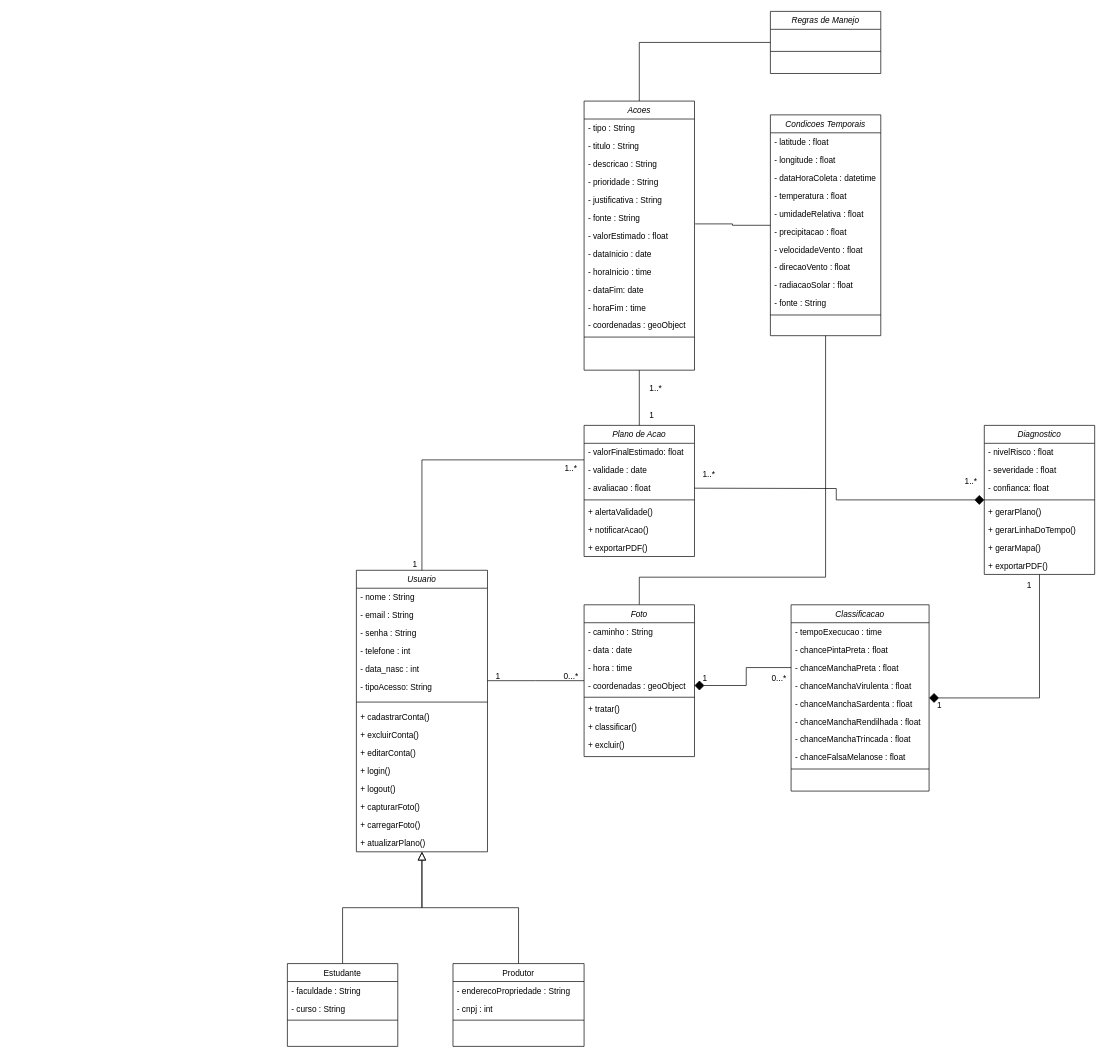
Before: uml/classes_blackspot.drawio in guilhermexmada/pi-ponskan, a draw.io diagram. Source tidied: cells renumbered, new cells numbered last; positions are measured from the earlier drawing's top-left corner, leaving out a move shared by most shapes. Both pictures are drawn from the tidied source at 69%, with x=0, y=0 at pixel (287, 11).
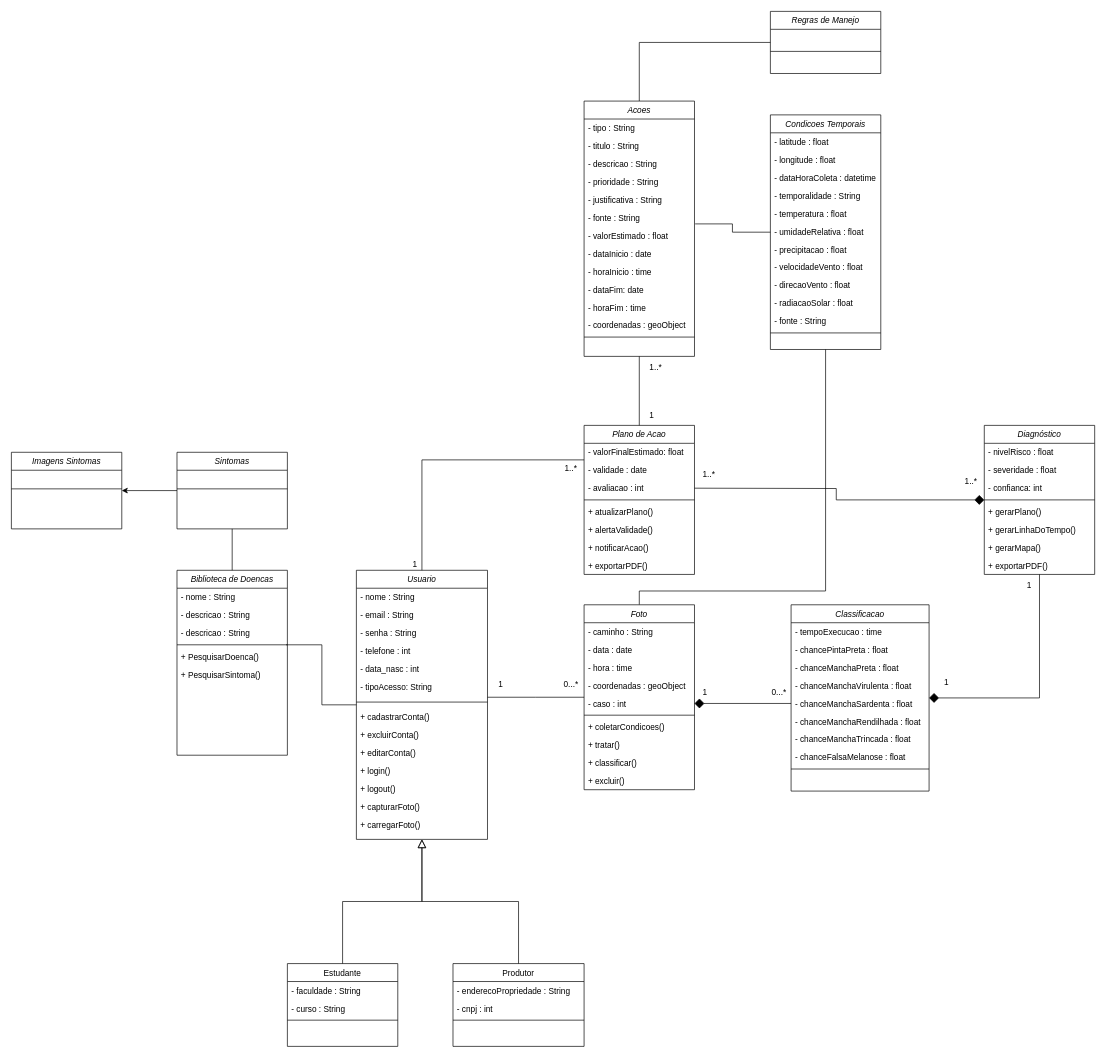
After the change.

The change refers to these unchanged cells:
```xml
<mxCell id="38" style="endArrow=none;shadow=0;strokeWidth=1;rounded=0;curved=0;endFill=0;edgeStyle=elbowEdgeStyle;elbow=vertical;" parent="1" edge="1" source="2" target="29">
  <mxGeometry x="0.5" y="41" relative="1" as="geometry">
    <mxPoint x="-40" y="32" as="offset" />
  </mxGeometry>
</mxCell>
<mxCell id="45" value="- chanceManchaPreta : float" style="text;align=left;verticalAlign=top;spacingLeft=4;spacingRight=4;overflow=hidden;points=[[0,0.5],[1,0.5]];portConstraint=eastwest;rounded=0;shadow=0;html=0;" parent="42" vertex="1">
  <mxGeometry y="78" width="200" height="26" as="geometry" />
</mxCell>
<mxCell id="47" value="- chanceManchaSardenta : float" style="text;align=left;verticalAlign=top;spacingLeft=4;spacingRight=4;overflow=hidden;points=[[0,0.5],[1,0.5]];portConstraint=eastwest;rounded=0;shadow=0;html=0;" parent="42" vertex="1">
  <mxGeometry y="130" width="200" height="26" as="geometry" />
</mxCell>
```

What changed in the source:
```diff
@@
     <mxCell id="2" value="Usuario" style="swimlane;fontStyle=2;align=center;verticalAlign=top;horizontal=1;startSize=26;rounded=0;shadow=0;strokeWidth=1;" parent="1" vertex="1">
-      <mxGeometry x="100" y="810" width="190" height="408" as="geometry" />
+      <mxGeometry x="100" y="810" width="190" height="390" as="geometry" />
     </mxCell>
@@
-    <mxCell id="17" value="+ atualizarPlano()" style="text;align=left;verticalAlign=top;spacingLeft=4;spacingRight=4;overflow=hidden;rounded=0;shadow=0;html=0;" parent="2" vertex="1">
-      <mxGeometry y="382" width="190" height="26" as="geometry" />
-    </mxCell>
@@
     <mxCell id="28" style="edgeStyle=orthogonalEdgeStyle;rounded=0;jettySize=auto;html=1;entryX=0.5;entryY=1;entryDx=0;entryDy=0;endArrow=none;endFill=0;" parent="1" edge="1" source="29" target="96">
       <mxGeometry relative="1" as="geometry">
         <Array as="points">
-          <mxPoint x="510" y="820" />
-          <mxPoint x="780" y="820" />
+          <mxPoint x="510" y="840" />
+          <mxPoint x="780" y="840" />
         </Array>
       </mxGeometry>
     </mxCell>
     <mxCell id="29" value="Foto" style="swimlane;fontStyle=2;align=center;verticalAlign=top;horizontal=1;startSize=26;rounded=0;shadow=0;strokeWidth=1;" parent="1" vertex="1">
-      <mxGeometry x="430" y="860" width="160" height="220" as="geometry" />
+      <mxGeometry x="430" y="860" width="160" height="268" as="geometry" />
     </mxCell>
@@
+    <mxCell id="113" value="- coordenadas : geoObject" style="text;align=left;verticalAlign=top;spacingLeft=4;spacingRight=4;overflow=hidden;rounded=0;shadow=0;html=0;" parent="29" vertex="1">
+      <mxGeometry y="104" width="160" height="26" as="geometry" />
+    </mxCell>
-    <mxCell id="33" value="- coordenadas : geoObject" style="text;align=left;verticalAlign=top;spacingLeft=4;spacingRight=4;overflow=hidden;points=[[0,0.5],[1,0.5]];portConstraint=eastwest;rounded=0;shadow=0;html=0;" parent="29" vertex="1">
-      <mxGeometry y="104" width="160" height="26" as="geometry" />
+    <mxCell id="33" value="- caso : int" style="text;align=left;verticalAlign=top;spacingLeft=4;spacingRight=4;overflow=hidden;points=[[0,0.5],[1,0.5]];portConstraint=eastwest;rounded=0;shadow=0;html=0;" parent="29" vertex="1">
+      <mxGeometry y="130" width="160" height="26" as="geometry" />
     </mxCell>
     <mxCell id="34" style="line;html=1;strokeWidth=1;align=left;verticalAlign=middle;spacingTop=-1;spacingLeft=3;spacingRight=3;labelPosition=right;" parent="29" vertex="1">
-      <mxGeometry y="130" width="160" height="8" as="geometry" />
+      <mxGeometry y="156" width="160" height="8" as="geometry" />
     </mxCell>
-    <mxCell id="35" value="+ tratar()" style="text;align=left;verticalAlign=top;spacingLeft=4;spacingRight=4;overflow=hidden;rounded=0;shadow=0;html=0;" parent="29" vertex="1">
-      <mxGeometry y="138" width="160" height="26" as="geometry" />
+    <mxCell id="35" value="+ coletarCondicoes()" style="text;align=left;verticalAlign=top;spacingLeft=4;spacingRight=4;overflow=hidden;rounded=0;shadow=0;html=0;" parent="29" vertex="1">
+      <mxGeometry y="164" width="160" height="26" as="geometry" />
     </mxCell>
+    <mxCell id="114" value="+ tratar()" style="text;align=left;verticalAlign=top;spacingLeft=4;spacingRight=4;overflow=hidden;rounded=0;shadow=0;html=0;" parent="29" vertex="1">
+      <mxGeometry y="190" width="160" height="26" as="geometry" />
+    </mxCell>
     <mxCell id="36" value="+ classificar()" style="text;align=left;verticalAlign=top;spacingLeft=4;spacingRight=4;overflow=hidden;rounded=0;shadow=0;html=0;" parent="29" vertex="1">
-      <mxGeometry y="164" width="160" height="26" as="geometry" />
+      <mxGeometry y="216" width="160" height="26" as="geometry" />
     </mxCell>
     <mxCell id="37" value="+ excluir()" style="text;align=left;verticalAlign=top;spacingLeft=4;spacingRight=4;overflow=hidden;rounded=0;shadow=0;html=0;" parent="29" vertex="1">
-      <mxGeometry y="190" width="160" height="26" as="geometry" />
+      <mxGeometry y="242" width="160" height="26" as="geometry" />
     </mxCell>
@@
     <mxCell id="39" value="1" style="align=left;verticalAlign=bottom;labelBackgroundColor=none;fontSize=12;" parent="38" vertex="1">
       <mxGeometry x="-1" relative="1" as="geometry">
-        <mxPoint x="10" y="2" as="offset" />
+        <mxPoint x="14" y="-11" as="offset" />
       </mxGeometry>
     </mxCell>
     <mxCell id="40" value="0...*" style="align=right;verticalAlign=bottom;labelBackgroundColor=none;fontSize=12;" parent="38" vertex="1">
       <mxGeometry x="1" relative="1" as="geometry">
-        <mxPoint x="-7" y="2" as="offset" />
+        <mxPoint x="-7" y="-11" as="offset" />
       </mxGeometry>
     </mxCell>
@@
-    <mxCell id="52" style="edgeStyle=orthogonalEdgeStyle;rounded=0;jettySize=auto;html=1;entryX=0;entryY=0.5;entryDx=0;entryDy=0;endArrow=none;endFill=0;startArrow=diamond;startFill=1;startSize=12;" parent="1" edge="1" source="33" target="45">
+    <mxCell id="52" style="edgeStyle=orthogonalEdgeStyle;rounded=0;jettySize=auto;html=1;entryX=0;entryY=0.5;entryDx=0;entryDy=0;endArrow=none;endFill=0;startArrow=diamond;startFill=1;startSize=12;" parent="1" edge="1" source="33" target="47">
       <mxGeometry relative="1" as="geometry" />
     </mxCell>
     <mxCell id="53" value="1" style="align=left;verticalAlign=bottom;labelBackgroundColor=none;fontSize=12;" parent="1" vertex="1">
-      <mxGeometry x="600" y="975" as="geometry" />
+      <mxGeometry x="600" y="995" as="geometry" />
     </mxCell>
     <mxCell id="54" value="0...*" style="align=left;verticalAlign=bottom;labelBackgroundColor=none;fontSize=12;direction=west;" parent="1" vertex="1">
-      <mxGeometry x="700" y="975" as="geometry" />
+      <mxGeometry x="700" y="995" as="geometry" />
     </mxCell>
     <mxCell id="55" value="Plano de Acao" style="swimlane;fontStyle=2;align=center;verticalAlign=top;horizontal=1;startSize=26;rounded=0;shadow=0;strokeWidth=1;" parent="1" vertex="1">
-      <mxGeometry x="430" y="600" width="160" height="190" as="geometry" />
+      <mxGeometry x="430" y="600" width="160" height="216" as="geometry" />
     </mxCell>
@@
-    <mxCell id="58" value="- avaliacao : float" style="text;align=left;verticalAlign=top;spacingLeft=4;spacingRight=4;overflow=hidden;" parent="55" vertex="1">
+    <mxCell id="58" value="- avaliacao : int" style="text;align=left;verticalAlign=top;spacingLeft=4;spacingRight=4;overflow=hidden;" parent="55" vertex="1">
       <mxGeometry y="78" width="160" height="26" as="geometry" />
     </mxCell>
@@
-    <mxCell id="60" value="+ alertaValidade()" style="text;align=left;verticalAlign=top;spacingLeft=4;spacingRight=4;overflow=hidden;" parent="55" vertex="1">
+    <mxCell id="60" value="+ atualizarPlano()" style="text;align=left;verticalAlign=top;spacingLeft=4;spacingRight=4;overflow=hidden;" parent="55" vertex="1">
       <mxGeometry y="112" width="160" height="26" as="geometry" />
     </mxCell>
+    <mxCell id="115" value="+ alertaValidade()" style="text;align=left;verticalAlign=top;spacingLeft=4;spacingRight=4;overflow=hidden;" parent="55" vertex="1">
+      <mxGeometry y="138" width="160" height="26" as="geometry" />
+    </mxCell>
     <mxCell id="61" value="+ notificarAcao()" style="text;align=left;verticalAlign=top;spacingLeft=4;spacingRight=4;overflow=hidden;" parent="55" vertex="1">
-      <mxGeometry y="138" width="160" height="26" as="geometry" />
+      <mxGeometry y="164" width="160" height="26" as="geometry" />
     </mxCell>
     <mxCell id="62" value="+ exportarPDF()" style="text;align=left;verticalAlign=top;spacingLeft=4;spacingRight=4;overflow=hidden;" parent="55" vertex="1">
-      <mxGeometry y="164" width="160" height="26" as="geometry" />
+      <mxGeometry y="190" width="160" height="26" as="geometry" />
     </mxCell>
@@
-    <mxCell id="68" value="Diagnostico" style="swimlane;fontStyle=2;align=center;verticalAlign=top;horizontal=1;startSize=26;rounded=0;shadow=0;strokeWidth=1;" parent="1" vertex="1">
+    <mxCell id="68" value="Diagnóstico" style="swimlane;fontStyle=2;align=center;verticalAlign=top;horizontal=1;startSize=26;rounded=0;shadow=0;strokeWidth=1;" parent="1" vertex="1">
       <mxGeometry x="1010" y="600" width="160" height="216" as="geometry" />
     </mxCell>
@@
-    <mxCell id="71" value="- confianca: float" style="text;align=left;verticalAlign=top;spacingLeft=4;spacingRight=4;overflow=hidden;" parent="68" vertex="1">
+    <mxCell id="71" value="- confianca: int" style="text;align=left;verticalAlign=top;spacingLeft=4;spacingRight=4;overflow=hidden;" parent="68" vertex="1">
       <mxGeometry y="78" width="160" height="26" as="geometry" />
     </mxCell>
@@
     <mxCell id="77" value="1" style="align=left;verticalAlign=bottom;labelBackgroundColor=none;fontSize=12;direction=west;" parent="1" vertex="1">
-      <mxGeometry x="940" y="1014" as="geometry" />
+      <mxGeometry x="950" y="981" as="geometry" />
     </mxCell>
@@
     <mxCell id="82" value="Acoes" style="swimlane;fontStyle=2;align=center;verticalAlign=top;horizontal=1;startSize=26;rounded=0;shadow=0;strokeWidth=1;" parent="1" vertex="1">
-      <mxGeometry x="430" y="130" width="160" height="390" as="geometry" />
+      <mxGeometry x="430" y="130" width="160" height="370" as="geometry" />
     </mxCell>
@@
     <mxCell id="96" value="Condicoes Temporais" style="swimlane;fontStyle=2;align=center;verticalAlign=top;horizontal=1;startSize=26;rounded=0;shadow=0;strokeWidth=1;" parent="1" vertex="1">
-      <mxGeometry x="700" y="150" width="160" height="320" as="geometry" />
+      <mxGeometry x="700" y="150" width="160" height="340" as="geometry" />
     </mxCell>
@@
+    <mxCell id="116" value="- temporalidade : String" style="text;align=left;verticalAlign=top;spacingLeft=4;spacingRight=4;overflow=hidden;" parent="96" vertex="1">
+      <mxGeometry y="104" width="160" height="26" as="geometry" />
+    </mxCell>
     <mxCell id="100" value="- temperatura : float" style="text;align=left;verticalAlign=top;spacingLeft=4;spacingRight=4;overflow=hidden;" parent="96" vertex="1">
-      <mxGeometry y="104" width="160" height="26" as="geometry" />
+      <mxGeometry y="130" width="160" height="26" as="geometry" />
     </mxCell>
     <mxCell id="101" value="- umidadeRelativa : float" style="text;align=left;verticalAlign=top;spacingLeft=4;spacingRight=4;overflow=hidden;" parent="96" vertex="1">
-      <mxGeometry y="130" width="160" height="26" as="geometry" />
+      <mxGeometry y="156" width="160" height="26" as="geometry" />
     </mxCell>
     <mxCell id="102" value="- precipitacao : float" style="text;align=left;verticalAlign=top;spacingLeft=4;spacingRight=4;overflow=hidden;" parent="96" vertex="1">
-      <mxGeometry y="156" width="160" height="26" as="geometry" />
+      <mxGeometry y="182" width="160" height="26" as="geometry" />
     </mxCell>
     <mxCell id="103" value="- velocidadeVento : float" style="text;align=left;verticalAlign=top;spacingLeft=4;spacingRight=4;overflow=hidden;" parent="96" vertex="1">
-      <mxGeometry y="182" width="160" height="26" as="geometry" />
+      <mxGeometry y="208" width="160" height="26" as="geometry" />
     </mxCell>
     <mxCell id="104" value="- direcaoVento : float" style="text;align=left;verticalAlign=top;spacingLeft=4;spacingRight=4;overflow=hidden;" parent="96" vertex="1">
-      <mxGeometry y="208" width="160" height="26" as="geometry" />
+      <mxGeometry y="234" width="160" height="26" as="geometry" />
     </mxCell>
     <mxCell id="105" value="- radiacaoSolar : float" style="text;align=left;verticalAlign=top;spacingLeft=4;spacingRight=4;overflow=hidden;" parent="96" vertex="1">
-      <mxGeometry y="234" width="160" height="26" as="geometry" />
+      <mxGeometry y="260" width="160" height="26" as="geometry" />
     </mxCell>
     <mxCell id="106" value="- fonte : String" style="text;align=left;verticalAlign=top;spacingLeft=4;spacingRight=4;overflow=hidden;" parent="96" vertex="1">
-      <mxGeometry y="260" width="160" height="26" as="geometry" />
+      <mxGeometry y="286" width="160" height="26" as="geometry" />
     </mxCell>
     <mxCell id="107" style="line;html=1;strokeWidth=1;align=left;verticalAlign=middle;spacingTop=-1;spacingLeft=3;spacingRight=3;labelPosition=right;" parent="96" vertex="1">
-      <mxGeometry y="286" width="160" height="8" as="geometry" />
+      <mxGeometry y="312" width="160" height="8" as="geometry" />
     </mxCell>
@@
     <mxCell id="110" value="1..*" style="align=left;verticalAlign=bottom;labelBackgroundColor=none;fontSize=12;direction=west;" parent="1" vertex="1">
-      <mxGeometry x="530" y="550" as="geometry">
+      <mxGeometry x="530" y="520" as="geometry">
         <mxPoint x="-7" y="4" as="offset" />
       </mxGeometry>
     </mxCell>
@@
+    <mxCell id="117" value="Biblioteca de Doencas" style="swimlane;fontStyle=2;align=center;verticalAlign=top;horizontal=1;startSize=26;rounded=0;shadow=0;strokeWidth=1;" parent="1" vertex="1">
+      <mxGeometry x="-160" y="810" width="160" height="268" as="geometry" />
+    </mxCell>
+    <mxCell id="118" value="- nome : String" style="text;align=left;verticalAlign=top;spacingLeft=4;spacingRight=4;overflow=hidden;" parent="117" vertex="1">
+      <mxGeometry y="26" width="160" height="26" as="geometry" />
+    </mxCell>
+    <mxCell id="119" value="- descricao : String" style="text;align=left;verticalAlign=top;spacingLeft=4;spacingRight=4;overflow=hidden;" parent="117" vertex="1">
+      <mxGeometry y="52" width="160" height="26" as="geometry" />
+    </mxCell>
+    <mxCell id="120" value="- descricao : String" style="text;align=left;verticalAlign=top;spacingLeft=4;spacingRight=4;overflow=hidden;points=[[0,0.5],[1,0.5]];portConstraint=eastwest;" parent="117" vertex="1">
+      <mxGeometry y="78" width="160" height="26" as="geometry" />
+    </mxCell>
+    <mxCell id="121" style="line;html=1;strokeWidth=1;align=left;verticalAlign=middle;spacingTop=-1;spacingLeft=3;spacingRight=3;labelPosition=right;" parent="117" vertex="1">
+      <mxGeometry y="104" width="160" height="8" as="geometry" />
+    </mxCell>
+    <mxCell id="122" value="+ PesquisarDoenca()" style="text;align=left;verticalAlign=top;spacingLeft=4;spacingRight=4;overflow=hidden;rounded=0;shadow=0;html=0;" parent="117" vertex="1">
+      <mxGeometry y="112" width="160" height="26" as="geometry" />
+    </mxCell>
+    <mxCell id="123" value="+ PesquisarSintoma()" style="text;align=left;verticalAlign=top;spacingLeft=4;spacingRight=4;overflow=hidden;rounded=0;shadow=0;html=0;" parent="117" vertex="1">
+      <mxGeometry y="138" width="160" height="26" as="geometry" />
+    </mxCell>
+    <mxCell id="124" style="edgeStyle=orthogonalEdgeStyle;rounded=0;jettySize=auto;html=1;entryX=0.5;entryY=0;entryDx=0;entryDy=0;endArrow=none;endFill=0;" parent="1" edge="1" source="126" target="117">
+      <mxGeometry relative="1" as="geometry" />
+    </mxCell>
+    <mxCell id="125" style="edgeStyle=orthogonalEdgeStyle;rounded=0;jettySize=auto;html=1;" parent="1" edge="1" source="126" target="129">
+      <mxGeometry relative="1" as="geometry" />
+    </mxCell>
+    <mxCell id="126" value="Sintomas" style="swimlane;fontStyle=2;align=center;verticalAlign=top;horizontal=1;startSize=26;rounded=0;shadow=0;strokeWidth=1;" parent="1" vertex="1">
+      <mxGeometry x="-160" y="639" width="160" height="111" as="geometry" />
+    </mxCell>
+    <mxCell id="127" style="line;html=1;strokeWidth=1;align=left;verticalAlign=middle;spacingTop=-1;spacingLeft=3;spacingRight=3;labelPosition=right;" parent="126" vertex="1">
+      <mxGeometry y="26" width="160" height="54" as="geometry" />
+    </mxCell>
+    <mxCell id="128" style="edgeStyle=orthogonalEdgeStyle;rounded=0;jettySize=auto;html=1;entryX=0.988;entryY=1.154;entryDx=0;entryDy=0;entryPerimeter=0;endArrow=none;endFill=0;" parent="1" edge="1" source="2" target="120">
+      <mxGeometry relative="1" as="geometry" />
+    </mxCell>
+    <mxCell id="129" value="Imagens Sintomas" style="swimlane;fontStyle=2;align=center;verticalAlign=top;horizontal=1;startSize=26;rounded=0;shadow=0;strokeWidth=1;" parent="1" vertex="1">
+      <mxGeometry x="-400" y="639" width="160" height="111" as="geometry" />
+    </mxCell>
+    <mxCell id="130" style="line;html=1;strokeWidth=1;align=left;verticalAlign=middle;spacingTop=-1;spacingLeft=3;spacingRight=3;labelPosition=right;" parent="129" vertex="1">
+      <mxGeometry y="26" width="160" height="54" as="geometry" />
+    </mxCell>
```
